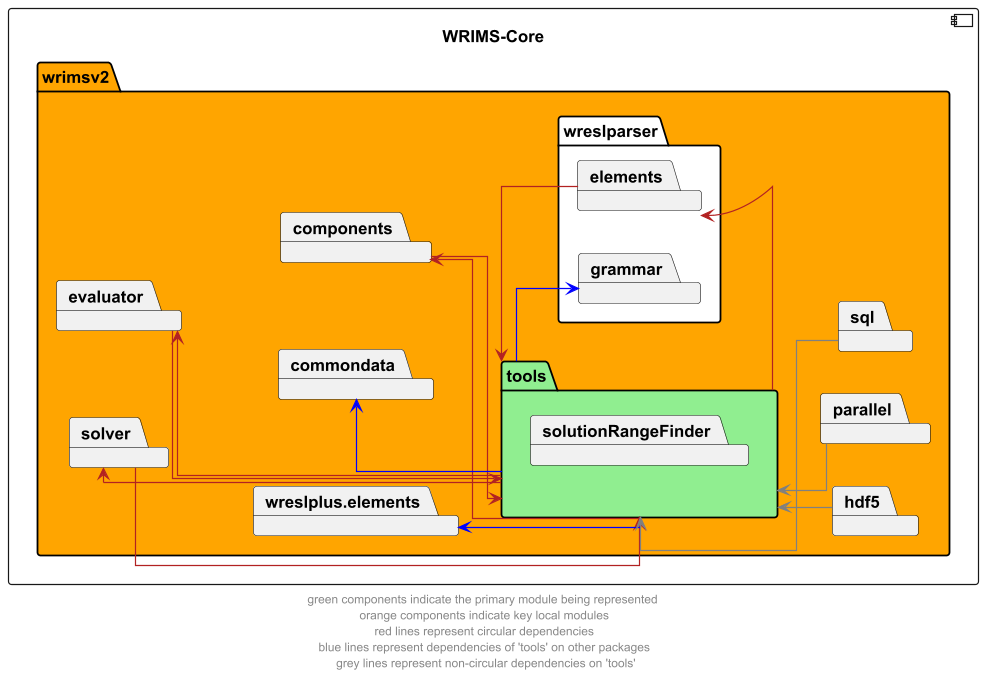
Above: docs/diagrams/wrims-core/wrims-core_tools.png in CentralValleyModeling/wrims (PlantUML), before the change.
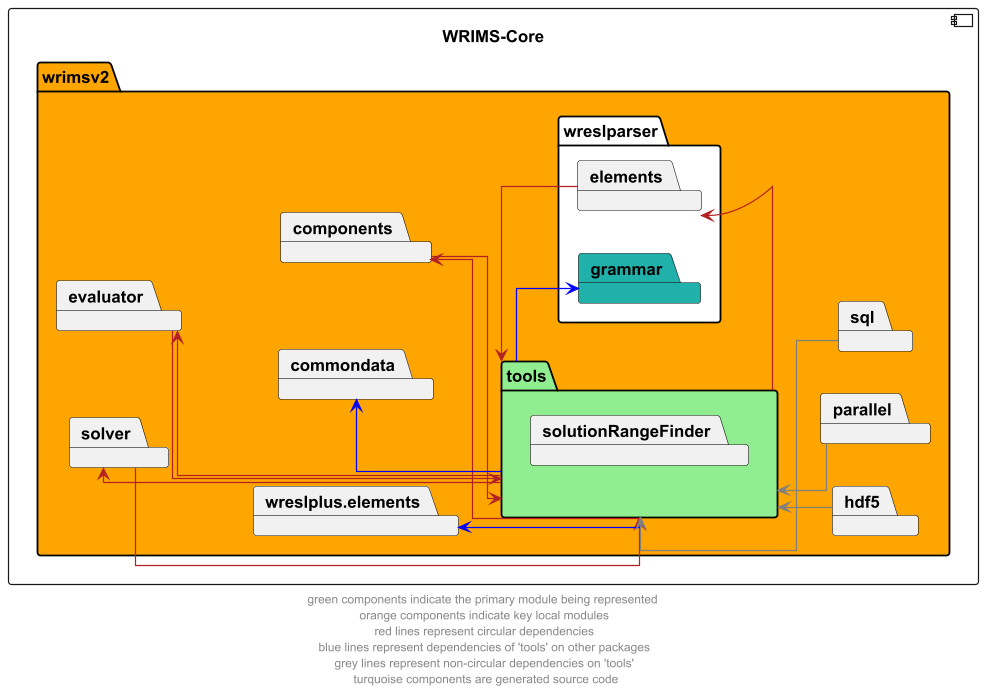
After the change.

Commit message:
Added note about generated code for grammar package

Change to the diagram source:
```diff
@@ -13,7 +13,7 @@
         package solver
         package wreslparser #white {
             package elements
-            package grammar
+            package grammar #lightseagreen
         }
         package wreslplus.elements
 
@@ -43,5 +43,5 @@
 components -u[hidden]-> evaluator
 commondata -u[hidden]-> solver
 
-footer "green components indicate the primary module being represented \n orange components indicate key local modules \n red lines represent circular dependencies \n blue lines represent dependencies of 'tools' on other packages \n grey lines represent non-circular dependencies on 'tools'"
+footer "green components indicate the primary module being represented \n orange components indicate key local modules \n red lines represent circular dependencies \n blue lines represent dependencies of 'tools' on other packages \n grey lines represent non-circular dependencies on 'tools' \n turquoise components are generated source code"
 @enduml
```
